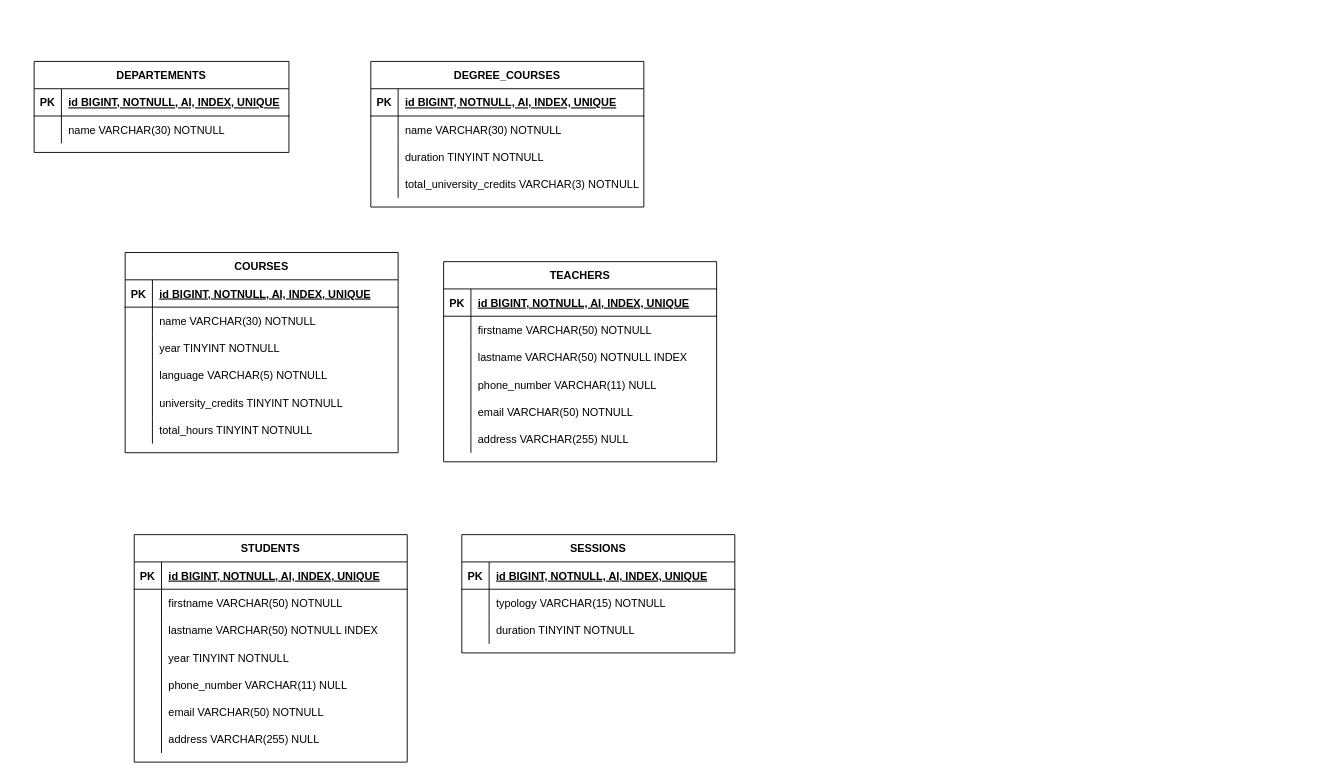
Above: structure.drawio in MirkOrlando/db-university (draw.io), before the change. Source tidied: cells renumbered, new cells numbered last; positions are measured from the earlier drawing's top-left corner, leaving out a move shared by most shapes. Both pictures are drawn from the tidied source at 91%, with x=0, y=0 at pixel (34, 61).
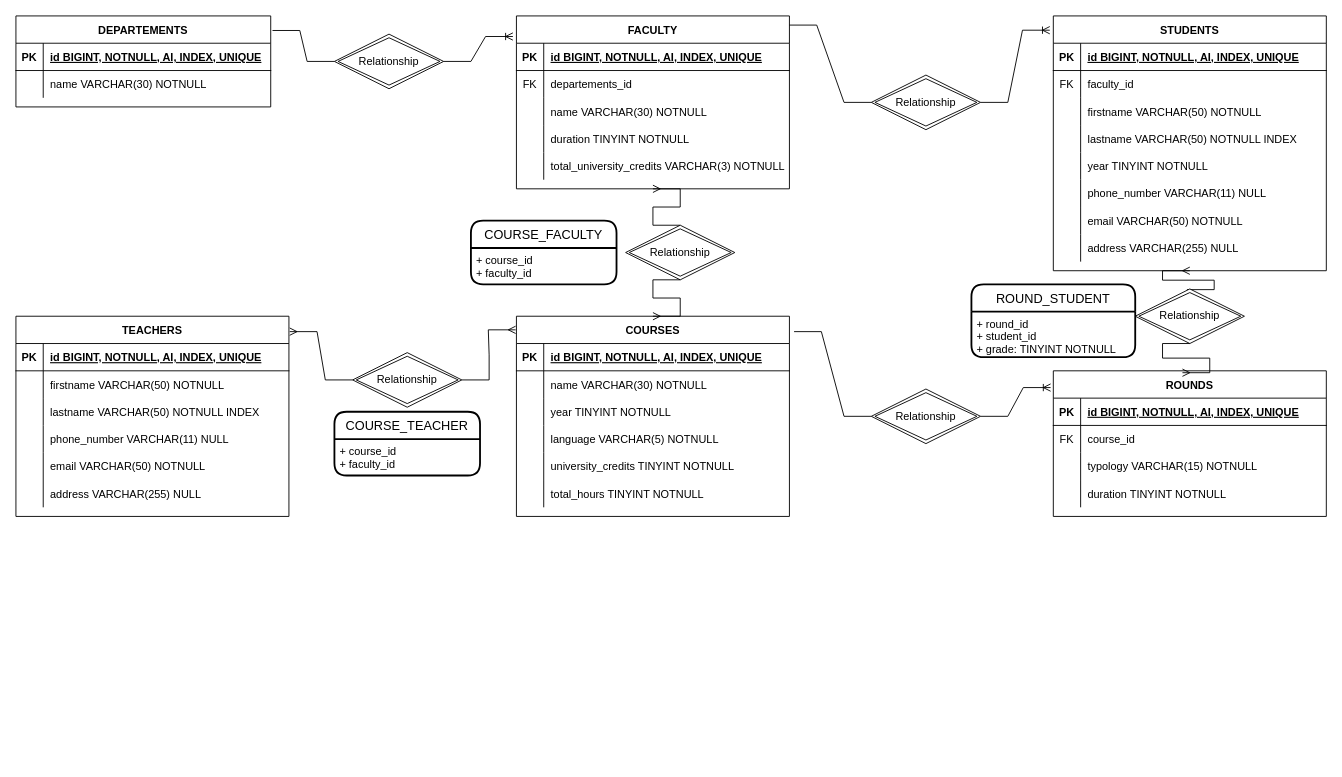
After the change.

Unchanged cells that the change refers to:
```xml
<mxCell id="13" style="shape=partialRectangle;fillColor=none;top=0;left=0;right=0;bottom=0;" parent="9" vertex="1">
  <mxGeometry y="60" width="300" height="30" as="geometry" />
</mxCell>
<mxCell id="64" style="shape=partialRectangle;fillColor=none;top=0;left=0;right=0;bottom=0;" parent="60" vertex="1">
  <mxGeometry y="60" width="300" height="30" as="geometry" />
</mxCell>
<mxCell id="86" style="shape=partialRectangle;fillColor=none;top=0;left=0;right=0;bottom=0;" parent="82" vertex="1">
  <mxGeometry y="60" width="300" height="30" as="geometry" />
</mxCell>
```

Change to the diagram source:
```diff
@@
     <mxCell id="2" value="DEPARTEMENTS" style="shape=table;startSize=30;childLayout=tableLayout;rowLines=0;fontStyle=1;align=center;" parent="1" vertex="1">
-      <mxGeometry width="280" height="100" as="geometry" />
+      <mxGeometry x="-20" y="-50" width="280" height="100" as="geometry" />
     </mxCell>
@@
-    <mxCell id="9" value="DEGREE_COURSES" style="shape=table;startSize=30;childLayout=tableLayout;rowLines=0;fontStyle=1;align=center;" parent="1" vertex="1">
-      <mxGeometry x="370" width="300" height="160" as="geometry" />
+    <mxCell id="9" value="FACULTY" style="shape=table;startSize=30;childLayout=tableLayout;rowLines=0;fontStyle=1;align=center;" parent="1" vertex="1">
+      <mxGeometry x="530" y="-50" width="300" height="190" as="geometry" />
     </mxCell>
@@
-    <mxCell id="14" style="shape=partialRectangle;overflow=hidden;fillColor=none;top=0;left=0;bottom=0;right=0;" parent="13" vertex="1">
+    <mxCell id="14" value="FK" style="shape=partialRectangle;overflow=hidden;fillColor=none;top=0;left=0;bottom=0;right=0;" parent="13" vertex="1">
       <mxGeometry width="30" height="30" as="geometry" />
     </mxCell>
-    <mxCell id="15" value="name VARCHAR(30) NOTNULL" style="shape=partialRectangle;overflow=hidden;fillColor=none;top=0;left=0;bottom=0;right=0;align=left;spacingLeft=6;" parent="13" vertex="1">
+    <mxCell id="15" value="departements_id" style="shape=partialRectangle;overflow=hidden;fillColor=none;top=0;left=0;bottom=0;right=0;align=left;spacingLeft=6;" parent="13" vertex="1">
       <mxGeometry x="30" width="270" height="30" as="geometry" />
     </mxCell>
+    <mxCell id="92" style="shape=partialRectangle;fillColor=none;top=0;left=0;right=0;bottom=0;" parent="9" vertex="1">
+      <mxGeometry y="90" width="300" height="30" as="geometry" />
+    </mxCell>
+    <mxCell id="93" style="shape=partialRectangle;overflow=hidden;fillColor=none;top=0;left=0;bottom=0;right=0;" parent="92" vertex="1">
+      <mxGeometry width="30" height="30" as="geometry" />
+    </mxCell>
+    <mxCell id="94" value="name VARCHAR(30) NOTNULL" style="shape=partialRectangle;overflow=hidden;fillColor=none;top=0;left=0;bottom=0;right=0;align=left;spacingLeft=6;" parent="92" vertex="1">
+      <mxGeometry x="30" width="270" height="30" as="geometry" />
+    </mxCell>
     <mxCell id="16" style="shape=partialRectangle;fillColor=none;top=0;left=0;right=0;bottom=0;" parent="9" vertex="1">
-      <mxGeometry y="90" width="300" height="30" as="geometry" />
+      <mxGeometry y="120" width="300" height="30" as="geometry" />
     </mxCell>
@@
     <mxCell id="19" style="shape=partialRectangle;fillColor=none;top=0;left=0;right=0;bottom=0;" parent="9" vertex="1">
-      <mxGeometry y="120" width="300" height="30" as="geometry" />
+      <mxGeometry y="150" width="300" height="30" as="geometry" />
     </mxCell>
@@
     <mxCell id="22" value="COURSES" style="shape=table;startSize=30;childLayout=tableLayout;rowLines=0;fontStyle=1;align=center;" parent="1" vertex="1">
-      <mxGeometry x="100" y="210" width="300" height="220" as="geometry" />
+      <mxGeometry x="530" y="280" width="300" height="220" as="geometry" />
     </mxCell>
@@
     <mxCell id="41" value="TEACHERS" style="shape=table;startSize=30;childLayout=tableLayout;rowLines=0;fontStyle=1;align=center;" parent="1" vertex="1">
-      <mxGeometry x="450" y="220" width="300" height="220" as="geometry" />
+      <mxGeometry x="-20" y="280" width="300" height="220" as="geometry" />
     </mxCell>
@@
     <mxCell id="60" value="STUDENTS" style="shape=table;startSize=30;childLayout=tableLayout;rowLines=0;fontStyle=1;align=center;" parent="1" vertex="1">
-      <mxGeometry x="110" y="520" width="300" height="250" as="geometry" />
+      <mxGeometry x="1120" y="-50" width="300" height="280" as="geometry" />
     </mxCell>
@@
-    <mxCell id="65" style="shape=partialRectangle;overflow=hidden;fillColor=none;top=0;left=0;bottom=0;right=0;" parent="64" vertex="1">
+    <mxCell id="65" value="FK" style="shape=partialRectangle;overflow=hidden;fillColor=none;top=0;left=0;bottom=0;right=0;" parent="64" vertex="1">
       <mxGeometry width="30" height="30" as="geometry" />
     </mxCell>
-    <mxCell id="66" value="firstname VARCHAR(50) NOTNULL" style="shape=partialRectangle;overflow=hidden;fillColor=none;top=0;left=0;bottom=0;right=0;align=left;spacingLeft=6;" parent="64" vertex="1">
+    <mxCell id="66" value="faculty_id" style="shape=partialRectangle;overflow=hidden;fillColor=none;top=0;left=0;bottom=0;right=0;align=left;spacingLeft=6;" parent="64" vertex="1">
       <mxGeometry x="30" width="270" height="30" as="geometry" />
     </mxCell>
+    <mxCell id="95" style="shape=partialRectangle;fillColor=none;top=0;left=0;right=0;bottom=0;" parent="60" vertex="1">
+      <mxGeometry y="90" width="300" height="30" as="geometry" />
+    </mxCell>
+    <mxCell id="96" style="shape=partialRectangle;overflow=hidden;fillColor=none;top=0;left=0;bottom=0;right=0;" parent="95" vertex="1">
+      <mxGeometry width="30" height="30" as="geometry" />
+    </mxCell>
+    <mxCell id="97" value="firstname VARCHAR(50) NOTNULL" style="shape=partialRectangle;overflow=hidden;fillColor=none;top=0;left=0;bottom=0;right=0;align=left;spacingLeft=6;" parent="95" vertex="1">
+      <mxGeometry x="30" width="270" height="30" as="geometry" />
+    </mxCell>
     <mxCell id="67" style="shape=partialRectangle;fillColor=none;top=0;left=0;right=0;bottom=0;" parent="60" vertex="1">
-      <mxGeometry y="90" width="300" height="30" as="geometry" />
+      <mxGeometry y="120" width="300" height="30" as="geometry" />
     </mxCell>
@@
     <mxCell id="70" style="shape=partialRectangle;fillColor=none;top=0;left=0;right=0;bottom=0;" parent="60" vertex="1">
-      <mxGeometry y="120" width="300" height="30" as="geometry" />
+      <mxGeometry y="150" width="300" height="30" as="geometry" />
     </mxCell>
@@
     <mxCell id="73" style="shape=partialRectangle;fillColor=none;top=0;left=0;right=0;bottom=0;" parent="60" vertex="1">
-      <mxGeometry y="150" width="300" height="30" as="geometry" />
+      <mxGeometry y="180" width="300" height="30" as="geometry" />
     </mxCell>
@@
     <mxCell id="76" style="shape=partialRectangle;fillColor=none;top=0;left=0;right=0;bottom=0;" parent="60" vertex="1">
-      <mxGeometry y="180" width="300" height="30" as="geometry" />
+      <mxGeometry y="210" width="300" height="30" as="geometry" />
     </mxCell>
@@
     <mxCell id="79" style="shape=partialRectangle;fillColor=none;top=0;left=0;right=0;bottom=0;" parent="60" vertex="1">
-      <mxGeometry y="210" width="300" height="30" as="geometry" />
+      <mxGeometry y="240" width="300" height="30" as="geometry" />
     </mxCell>
@@
-    <mxCell id="82" value="SESSIONS" style="shape=table;startSize=30;childLayout=tableLayout;rowLines=0;fontStyle=1;align=center;" parent="1" vertex="1">
-      <mxGeometry x="470" y="520" width="300" height="130" as="geometry" />
+    <mxCell id="82" value="ROUNDS" style="shape=table;startSize=30;childLayout=tableLayout;rowLines=0;fontStyle=1;align=center;" parent="1" vertex="1">
+      <mxGeometry x="1120" y="340" width="300" height="160" as="geometry" />
     </mxCell>
@@
-    <mxCell id="87" style="shape=partialRectangle;overflow=hidden;fillColor=none;top=0;left=0;bottom=0;right=0;" parent="86" vertex="1">
+    <mxCell id="87" value="FK" style="shape=partialRectangle;overflow=hidden;fillColor=none;top=0;left=0;bottom=0;right=0;" parent="86" vertex="1">
       <mxGeometry width="30" height="30" as="geometry" />
     </mxCell>
-    <mxCell id="88" value="typology VARCHAR(15) NOTNULL" style="shape=partialRectangle;overflow=hidden;fillColor=none;top=0;left=0;bottom=0;right=0;align=left;spacingLeft=6;" parent="86" vertex="1">
+    <mxCell id="88" value="course_id" style="shape=partialRectangle;overflow=hidden;fillColor=none;top=0;left=0;bottom=0;right=0;align=left;spacingLeft=6;" parent="86" vertex="1">
       <mxGeometry x="30" width="270" height="30" as="geometry" />
     </mxCell>
+    <mxCell id="98" style="shape=partialRectangle;fillColor=none;top=0;left=0;right=0;bottom=0;" parent="82" vertex="1">
+      <mxGeometry y="90" width="300" height="30" as="geometry" />
+    </mxCell>
+    <mxCell id="99" style="shape=partialRectangle;overflow=hidden;fillColor=none;top=0;left=0;bottom=0;right=0;" parent="98" vertex="1">
+      <mxGeometry width="30" height="30" as="geometry" />
+    </mxCell>
+    <mxCell id="100" value="typology VARCHAR(15) NOTNULL" style="shape=partialRectangle;overflow=hidden;fillColor=none;top=0;left=0;bottom=0;right=0;align=left;spacingLeft=6;" parent="98" vertex="1">
+      <mxGeometry x="30" width="270" height="30" as="geometry" />
+    </mxCell>
     <mxCell id="89" style="shape=partialRectangle;fillColor=none;top=0;left=0;right=0;bottom=0;" parent="82" vertex="1">
-      <mxGeometry y="90" width="300" height="30" as="geometry" />
+      <mxGeometry y="120" width="300" height="30" as="geometry" />
     </mxCell>
@@
+    <mxCell id="101" style="edgeStyle=entityRelationEdgeStyle;fontSize=12;html=1;endArrow=ERoneToMany;rounded=0;exitX=1;exitY=0.5;exitDx=0;exitDy=0;entryX=-0.013;entryY=0.119;entryDx=0;entryDy=0;entryPerimeter=0;startArrow=none;" parent="1" edge="1" source="102" target="9">
+      <mxGeometry relative="1" as="geometry" />
+    </mxCell>
+    <mxCell id="102" value="Relationship" style="shape=rhombus;double=1;perimeter=rhombusPerimeter;whiteSpace=wrap;html=1;align=center;" parent="1" vertex="1">
+      <mxGeometry x="330" y="-30" width="120" height="60" as="geometry" />
+    </mxCell>
+    <mxCell id="103" style="edgeStyle=entityRelationEdgeStyle;fontSize=12;html=1;endArrow=none;rounded=0;exitX=1.007;exitY=0.16;exitDx=0;exitDy=0;exitPerimeter=0;entryX=0;entryY=0.5;entryDx=0;entryDy=0;" parent="1" edge="1" source="2" target="102">
+      <mxGeometry relative="1" as="geometry" />
+    </mxCell>
+    <mxCell id="104" style="edgeStyle=entityRelationEdgeStyle;fontSize=12;html=1;endArrow=ERmany;startArrow=none;rounded=0;entryX=0.5;entryY=1;entryDx=0;entryDy=0;exitX=0.5;exitY=0;exitDx=0;exitDy=0;" parent="1" edge="1" source="105" target="9">
+      <mxGeometry relative="1" as="geometry" />
+    </mxCell>
+    <mxCell id="105" value="Relationship" style="shape=rhombus;double=1;perimeter=rhombusPerimeter;whiteSpace=wrap;html=1;align=center;" parent="1" vertex="1">
+      <mxGeometry x="650" y="180" width="120" height="60" as="geometry" />
+    </mxCell>
+    <mxCell id="106" style="edgeStyle=entityRelationEdgeStyle;fontSize=12;html=1;endArrow=none;startArrow=ERmany;rounded=0;entryX=0.5;entryY=1;entryDx=0;entryDy=0;exitX=0.5;exitY=0;exitDx=0;exitDy=0;" parent="1" edge="1" source="22" target="105">
+      <mxGeometry relative="1" as="geometry" />
+    </mxCell>
+    <mxCell id="107" value="COURSE_FACULTY" style="swimlane;horizontal=1;startSize=30;rounded=1;fontSize=14;fontStyle=0;strokeWidth=2;shadow=0;dashed=0;align=center;" parent="1" vertex="1">
+      <mxGeometry x="480" y="175" width="160" height="70" as="geometry" />
+    </mxCell>
+    <mxCell id="108" value="+ course_id&#10;+ faculty_id" style="align=left;strokeColor=none;fillColor=none;spacingLeft=4;fontSize=12;verticalAlign=top;" parent="107" vertex="1">
+      <mxGeometry y="30" width="160" height="40" as="geometry" />
+    </mxCell>
+    <mxCell id="109" style="edgeStyle=entityRelationEdgeStyle;fontSize=12;html=1;endArrow=ERoneToMany;rounded=0;entryX=-0.013;entryY=0.056;entryDx=0;entryDy=0;entryPerimeter=0;startArrow=none;" parent="1" edge="1" source="110" target="60">
+      <mxGeometry relative="1" as="geometry" />
+    </mxCell>
+    <mxCell id="110" value="Relationship" style="shape=rhombus;double=1;perimeter=rhombusPerimeter;whiteSpace=wrap;html=1;align=center;" parent="1" vertex="1">
+      <mxGeometry x="920" y="15" width="120" height="60" as="geometry" />
+    </mxCell>
+    <mxCell id="111" style="edgeStyle=entityRelationEdgeStyle;fontSize=12;html=1;endArrow=none;rounded=0;exitX=1;exitY=0.053;exitDx=0;exitDy=0;exitPerimeter=0;entryX=0;entryY=0.5;entryDx=0;entryDy=0;" parent="1" edge="1" source="9" target="110">
+      <mxGeometry relative="1" as="geometry" />
+    </mxCell>
+    <mxCell id="112" style="edgeStyle=entityRelationEdgeStyle;fontSize=12;html=1;endArrow=ERoneToMany;rounded=0;exitX=1;exitY=0.5;exitDx=0;exitDy=0;entryX=-0.01;entryY=0.115;entryDx=0;entryDy=0;entryPerimeter=0;startArrow=none;" parent="1" edge="1" source="113" target="82">
+      <mxGeometry relative="1" as="geometry" />
+    </mxCell>
+    <mxCell id="113" value="Relationship" style="shape=rhombus;double=1;perimeter=rhombusPerimeter;whiteSpace=wrap;html=1;align=center;" parent="1" vertex="1">
+      <mxGeometry x="920" y="360" width="120" height="60" as="geometry" />
+    </mxCell>
+    <mxCell id="114" style="edgeStyle=entityRelationEdgeStyle;fontSize=12;html=1;endArrow=none;rounded=0;exitX=1.017;exitY=0.077;exitDx=0;exitDy=0;exitPerimeter=0;entryX=0;entryY=0.5;entryDx=0;entryDy=0;" parent="1" edge="1" source="22" target="113">
+      <mxGeometry relative="1" as="geometry" />
+    </mxCell>
+    <mxCell id="115" style="edgeStyle=entityRelationEdgeStyle;fontSize=12;html=1;endArrow=ERmany;startArrow=none;rounded=0;entryX=0.5;entryY=1;entryDx=0;entryDy=0;exitX=0.473;exitY=0.013;exitDx=0;exitDy=0;exitPerimeter=0;" parent="1" edge="1" source="116" target="60">
+      <mxGeometry relative="1" as="geometry" />
+    </mxCell>
+    <mxCell id="116" value="Relationship" style="shape=rhombus;double=1;perimeter=rhombusPerimeter;whiteSpace=wrap;html=1;align=center;" parent="1" vertex="1">
+      <mxGeometry x="1210" y="250" width="120" height="60" as="geometry" />
+    </mxCell>
+    <mxCell id="117" style="edgeStyle=entityRelationEdgeStyle;fontSize=12;html=1;endArrow=none;startArrow=ERmany;rounded=0;entryX=0.5;entryY=1;entryDx=0;entryDy=0;exitX=0.473;exitY=0.013;exitDx=0;exitDy=0;exitPerimeter=0;" parent="1" edge="1" source="82" target="116">
+      <mxGeometry relative="1" as="geometry" />
+    </mxCell>
+    <mxCell id="118" value="ROUND_STUDENT" style="swimlane;horizontal=1;startSize=30;rounded=1;fontSize=14;fontStyle=0;strokeWidth=2;shadow=0;dashed=0;align=center;" parent="1" vertex="1">
+      <mxGeometry x="1030" y="245" width="180" height="80" as="geometry" />
+    </mxCell>
+    <mxCell id="119" value="+ round_id&#10;+ student_id&#10;+ grade: TINYINT NOTNULL" style="align=left;strokeColor=none;fillColor=none;spacingLeft=4;fontSize=12;verticalAlign=top;" parent="118" vertex="1">
+      <mxGeometry y="30" width="180" height="50" as="geometry" />
+    </mxCell>
+    <mxCell id="120" style="edgeStyle=entityRelationEdgeStyle;fontSize=12;html=1;endArrow=ERmany;startArrow=none;rounded=0;entryX=-0.003;entryY=0.068;entryDx=0;entryDy=0;entryPerimeter=0;exitX=1;exitY=0.5;exitDx=0;exitDy=0;" parent="1" edge="1" source="121" target="22">
+      <mxGeometry relative="1" as="geometry" />
+    </mxCell>
+    <mxCell id="121" value="Relationship" style="shape=rhombus;double=1;perimeter=rhombusPerimeter;whiteSpace=wrap;html=1;align=center;" parent="1" vertex="1">
+      <mxGeometry x="350" y="320" width="120" height="60" as="geometry" />
+    </mxCell>
+    <mxCell id="122" style="edgeStyle=entityRelationEdgeStyle;fontSize=12;html=1;endArrow=none;startArrow=ERmany;rounded=0;entryX=0;entryY=0.5;entryDx=0;entryDy=0;exitX=1.003;exitY=0.077;exitDx=0;exitDy=0;exitPerimeter=0;" parent="1" edge="1" source="41" target="121">
+      <mxGeometry relative="1" as="geometry" />
+    </mxCell>
+    <mxCell id="123" value="COURSE_TEACHER" style="swimlane;horizontal=1;startSize=30;rounded=1;fontSize=14;fontStyle=0;strokeWidth=2;shadow=0;dashed=0;align=center;" parent="1" vertex="1">
+      <mxGeometry x="330" y="385" width="160" height="70" as="geometry" />
+    </mxCell>
+    <mxCell id="124" value="+ course_id&#10;+ faculty_id" style="align=left;strokeColor=none;fillColor=none;spacingLeft=4;fontSize=12;verticalAlign=top;" parent="123" vertex="1">
+      <mxGeometry y="30" width="160" height="40" as="geometry" />
+    </mxCell>
```
